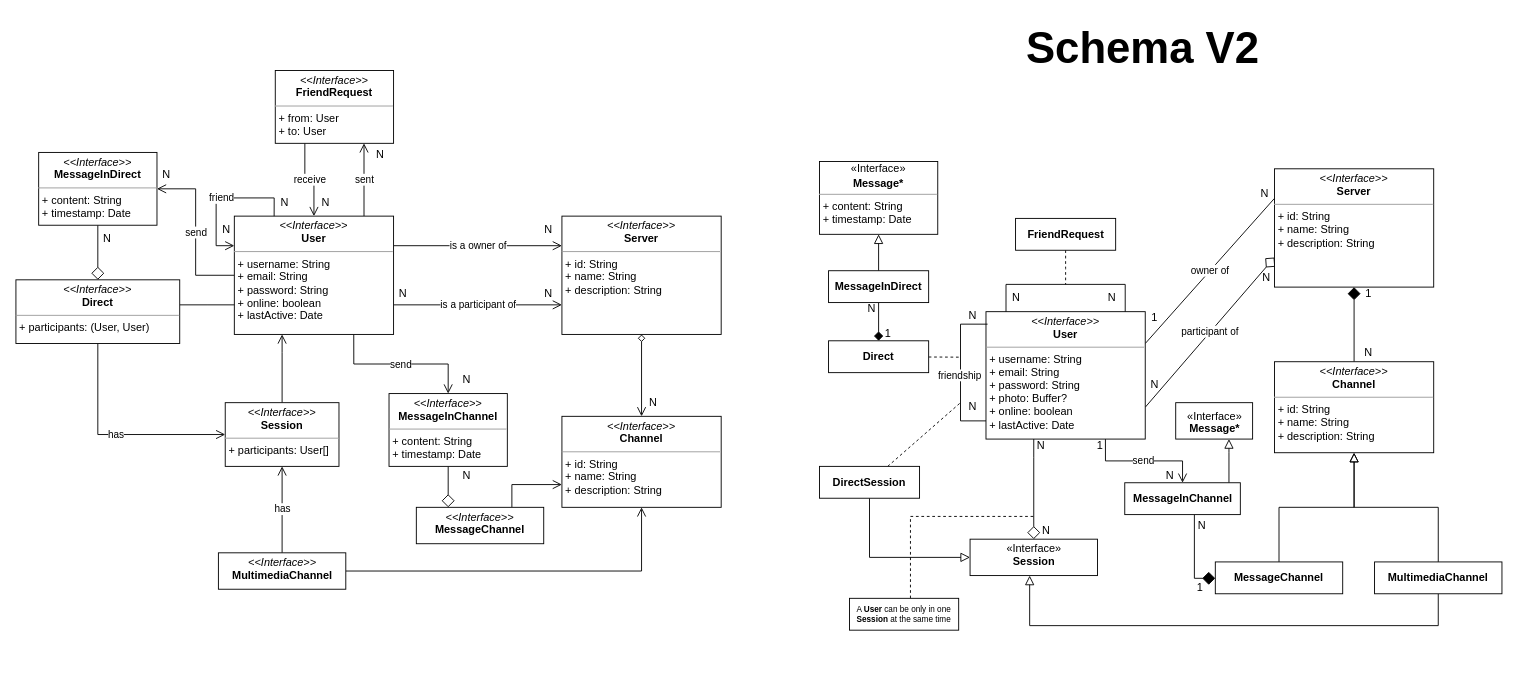
Earlier version of the draw.io diagram page "Dominio" (3 of 7) of resources/piperchat.drawio (zucchero-sintattico/piperchat). Source tidied: cells renumbered, new cells numbered last; positions are measured from the earlier drawing's top-left corner, leaving out a move shared by most shapes. Both pictures are drawn from the tidied source at 91%, with x=0, y=0 at pixel (15, 15).
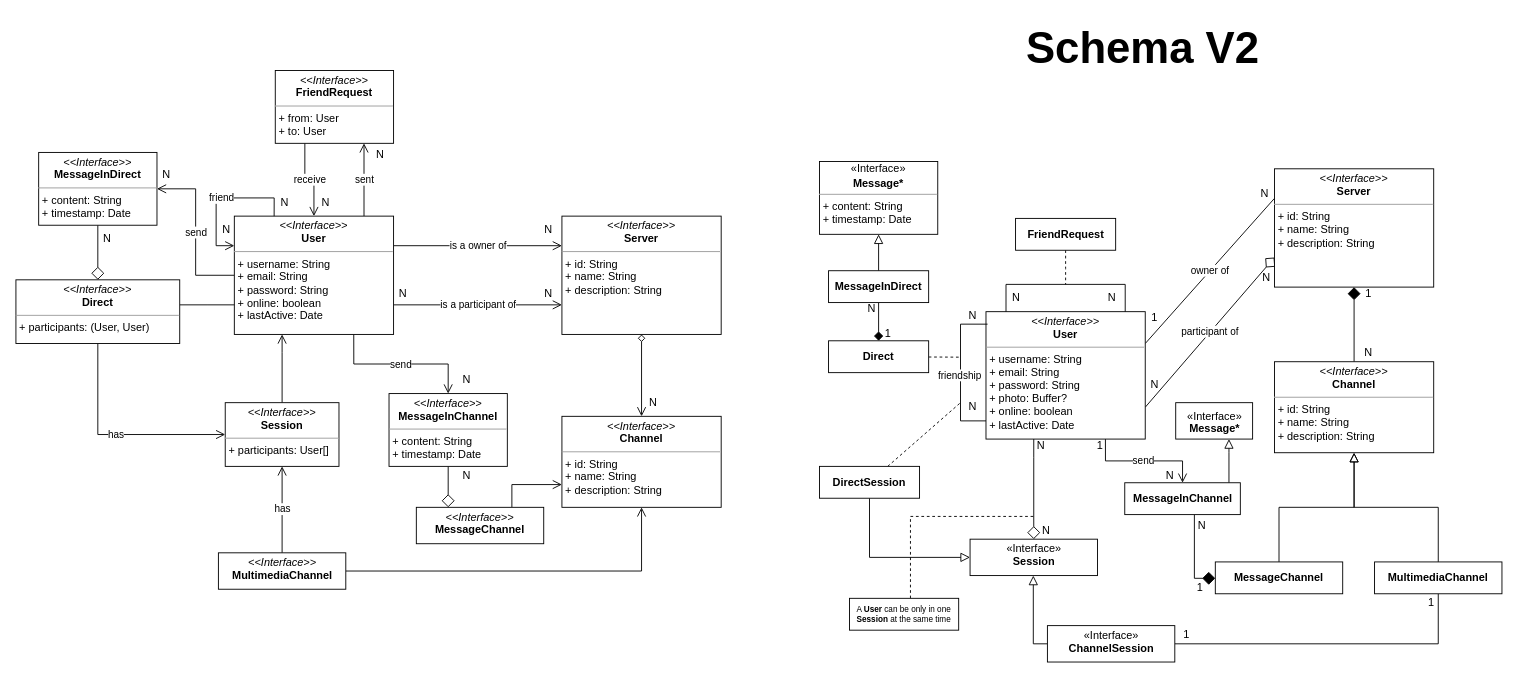
Above is the later version.

The change refers to these unchanged cells:
```xml
<mxCell id="69" value="&lt;b style=&quot;border-color: var(--border-color); caret-color: rgb(0, 0, 0); color: rgb(0, 0, 0); font-family: Helvetica; font-size: 12px; font-style: normal; font-variant-caps: normal; letter-spacing: normal; text-align: center; text-indent: 0px; text-transform: none; word-spacing: 0px; -webkit-text-stroke-width: 0px; text-decoration: none;&quot;&gt;MultimediaChannel&lt;/b&gt;" style="html=1;whiteSpace=wrap;" parent="1" vertex="1">
  <mxGeometry x="1493" y="600" width="140" height="35" as="geometry" />
</mxCell>
<mxCell id="76" value="&lt;p style=&quot;margin:0px;margin-top:4px;text-align:center;&quot;&gt;«Interface»&lt;br style=&quot;border-color: var(--border-color);&quot;&gt;&lt;b&gt;Session&lt;/b&gt;&lt;/p&gt;&lt;p style=&quot;margin:0px;margin-left:4px;&quot;&gt;&lt;br&gt;&lt;/p&gt;" style="verticalAlign=top;align=left;overflow=fill;fontSize=12;fontFamily=Helvetica;html=1;whiteSpace=wrap;" parent="1" vertex="1">
  <mxGeometry x="1048.5" y="575" width="140" height="40" as="geometry" />
</mxCell>
```

Change to the diagram source:
```diff
@@
-    <mxCell id="68" style="edgeStyle=orthogonalEdgeStyle;rounded=0;jettySize=auto;html=1;endArrow=block;endFill=0;endSize=8;" parent="1" edge="1" source="69" target="76">
+    <mxCell id="68" style="edgeStyle=orthogonalEdgeStyle;rounded=0;jettySize=auto;html=1;endArrow=none;endFill=0;endSize=8;" parent="1" edge="1" source="69" target="94">
       <mxGeometry relative="1" as="geometry">
         <Array as="points">
-          <mxPoint x="1563" y="670" />
-          <mxPoint x="1114" y="670" />
+          <mxPoint x="1563" y="690" />
         </Array>
       </mxGeometry>
     </mxCell>
@@
+    <mxCell id="93" style="edgeStyle=orthogonalEdgeStyle;rounded=0;jettySize=auto;html=1;endArrow=block;endFill=0;endSize=8;" parent="1" edge="1" source="94" target="76">
+      <mxGeometry relative="1" as="geometry">
+        <Array as="points">
+          <mxPoint x="1118" y="690" />
+        </Array>
+      </mxGeometry>
+    </mxCell>
+    <mxCell id="94" value="&lt;p style=&quot;margin:0px;margin-top:4px;text-align:center;&quot;&gt;«Interface»&lt;br style=&quot;border-color: var(--border-color);&quot;&gt;&lt;b&gt;ChannelSession&lt;/b&gt;&lt;/p&gt;&lt;p style=&quot;margin:0px;margin-left:4px;&quot;&gt;&lt;br&gt;&lt;/p&gt;" style="verticalAlign=top;align=left;overflow=fill;fontSize=12;fontFamily=Helvetica;html=1;whiteSpace=wrap;" parent="1" vertex="1">
+      <mxGeometry x="1133.5" y="670" width="140" height="40" as="geometry" />
+    </mxCell>
+    <mxCell id="95" value="1" style="text;html=1;align=center;verticalAlign=middle;strokeColor=none;fillColor=none;" parent="1" vertex="1">
+      <mxGeometry x="1270.5" y="665" width="30" height="30" as="geometry" />
+    </mxCell>
+    <mxCell id="96" value="1" style="text;html=1;align=center;verticalAlign=middle;strokeColor=none;fillColor=none;" parent="1" vertex="1">
+      <mxGeometry x="1540" y="630" width="30" height="30" as="geometry" />
+    </mxCell>
```
